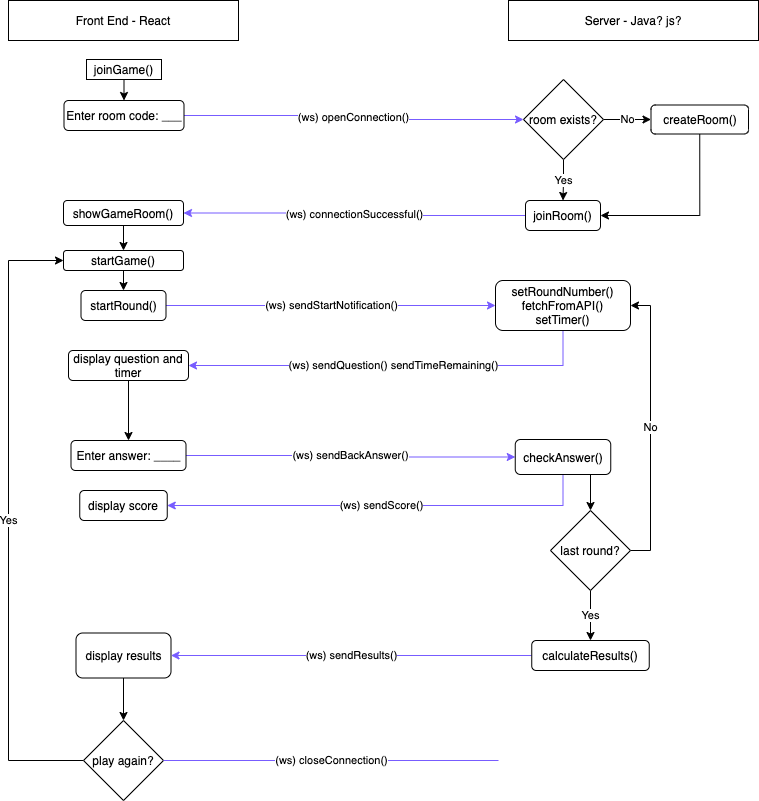
This is src/Notes/connections_diagram.png from Codeonium/4nswers, a draw.io export, as it was before one commit. Source tidied: cells renumbered, new cells last; positions are measured from the earlier drawing's top-left corner, leaving out a move shared by most shapes.
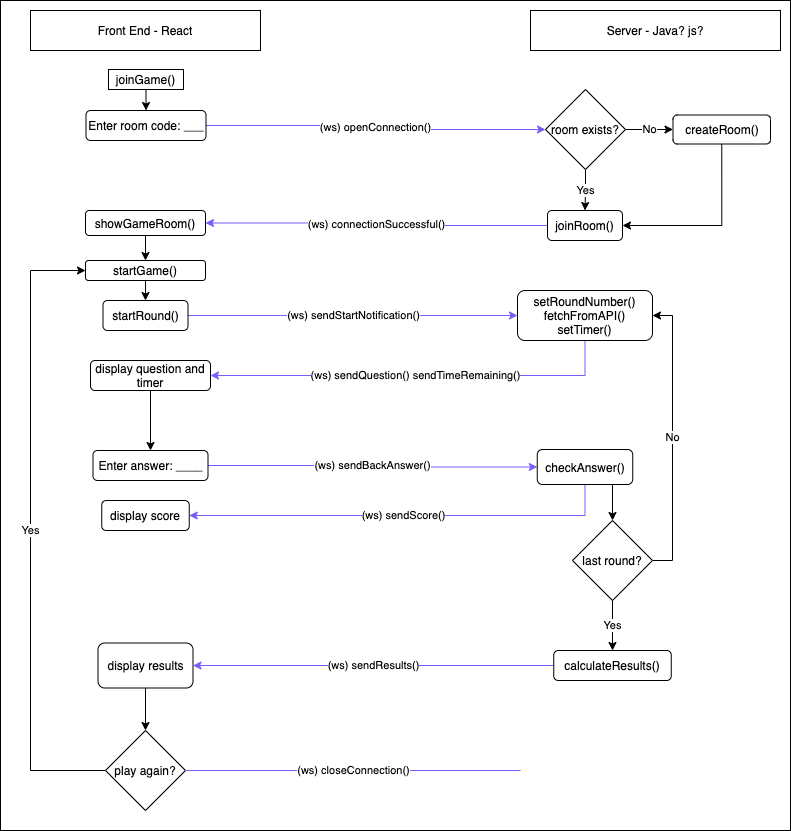
The same diagram one commit later.

Commit message:
functions moved to serverside

What changed in the source:
```diff
@@ -2,6 +2,9 @@
   <root>
     <mxCell id="0" />
     <mxCell id="1" parent="0" />
+    <mxCell id="41" style="rounded=0;whiteSpace=wrap;html=1;" parent="1" vertex="1">
+      <mxGeometry x="-30" y="-10" width="790" height="830" as="geometry" />
+    </mxCell>
     <mxCell id="2" value="Server - Java? js?" style="rounded=0;whiteSpace=wrap;html=1;" parent="1" vertex="1">
       <mxGeometry x="500" width="250" height="40" as="geometry" />
     </mxCell>
```
